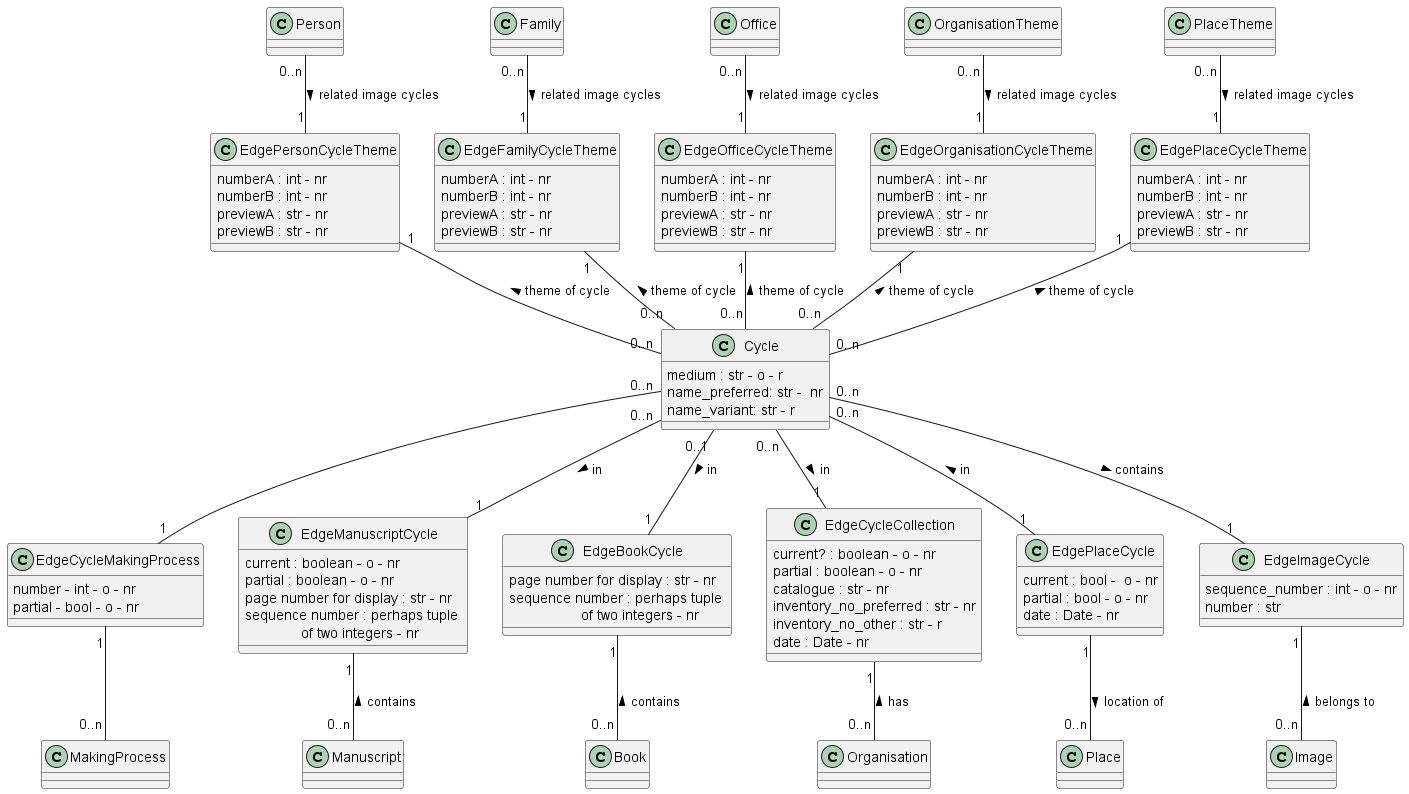
Earlier version of the PlantUML export documentation/class_diagrams/Cycle.png (tmasch/bpf_be).
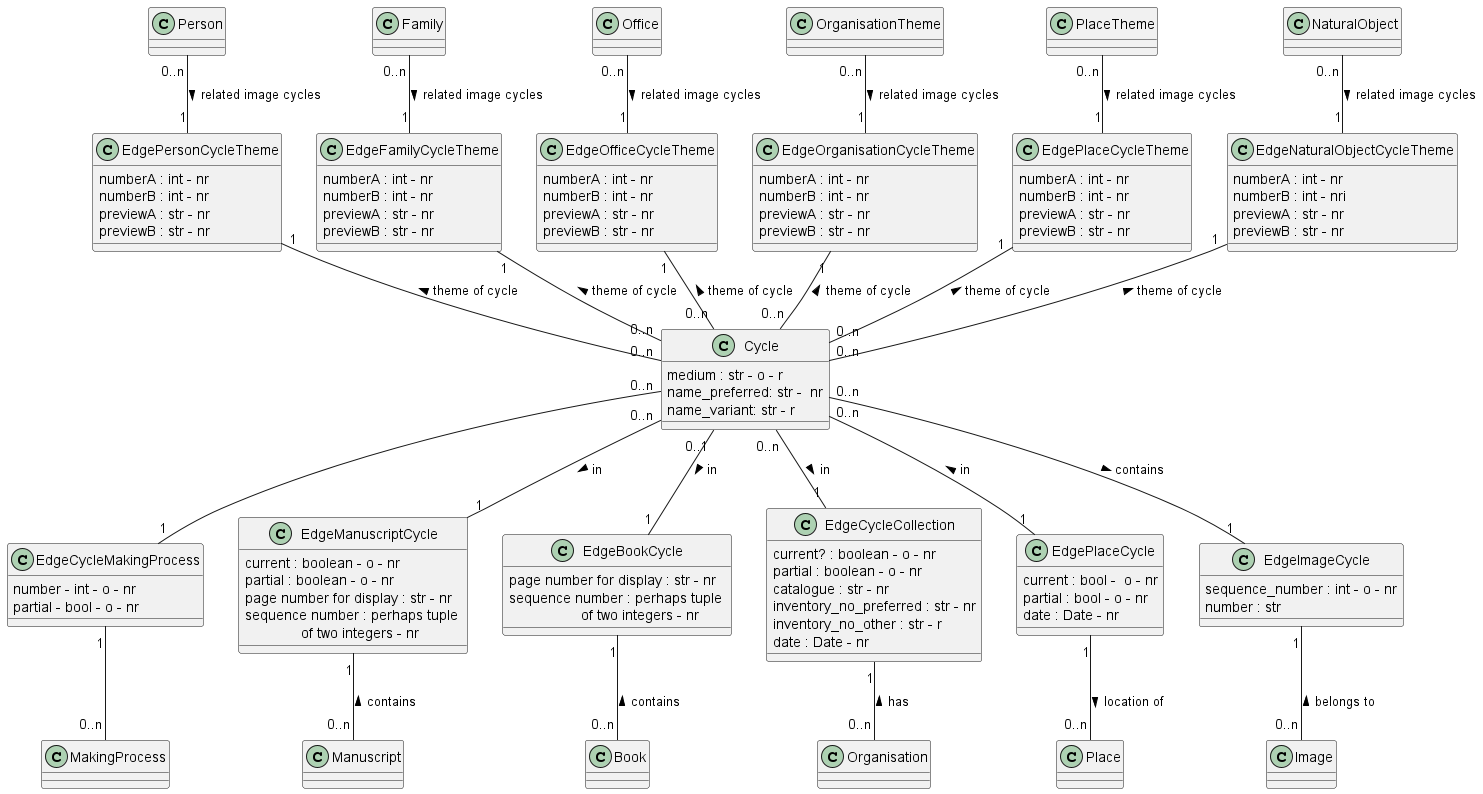
After the commit.

Commit message:
Classes NaturalObject and Action added

Diff of the diagram source:
```diff
@@ -1,4 +1,4 @@
-@startuml
+@startuml Cycle
 class Cycle
 Cycle : medium : str - o - r
 Cycle : name_preferred: str -  nr
@@ -19,6 +19,8 @@
 class Place
 
 class PlaceTheme
+
+class NaturalObject
 
 class Image
 
@@ -51,6 +53,12 @@
 EdgePlaceCycleTheme : numberB : int - nr
 EdgePlaceCycleTheme : previewA : str - nr
 EdgePlaceCycleTheme : previewB : str - nr
+
+class EdgeNaturalObjectCycleTheme
+EdgeNaturalObjectCycleTheme : numberA : int - nr
+EdgeNaturalObjectCycleTheme : numberB : int - nri
+EdgeNaturalObjectCycleTheme : previewA : str - nr
+EdgeNaturalObjectCycleTheme : previewB : str - nr
 
 class EdgeCycleMakingProcess
 EdgeCycleMakingProcess : number - int - o - nr
@@ -101,6 +109,9 @@
 PlaceTheme "0..n" -- "1" EdgePlaceCycleTheme : related image cycles >
 EdgePlaceCycleTheme "1" -- "0..n" Cycle : theme of cycle <
 
+NaturalObject "0..n" -- "1" EdgeNaturalObjectCycleTheme : related image cycles >
+EdgeNaturalObjectCycleTheme "1" -- "0..n" Cycle : theme of cycle <
+
 Cycle "0..n" -- "1" EdgeCycleMakingProcess
 EdgeCycleMakingProcess "1" -- "0..n" MakingProcess
 
```
